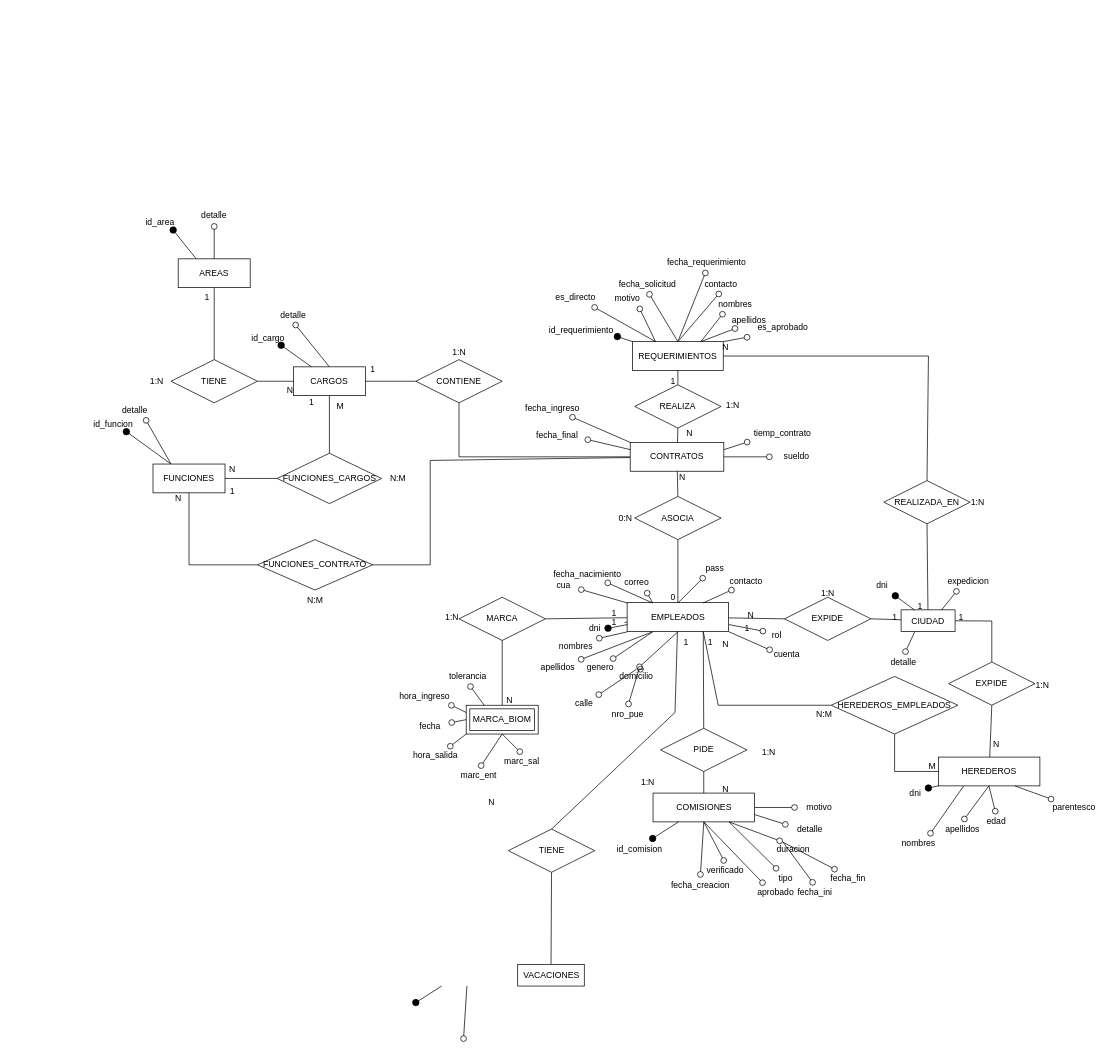
Earlier version of the draw.io diagram page "Página-2" (2 of 4) of Diagrama SRH.drawio (tomyivan/diagramas-DB). Source tidied: cells renumbered, new cells numbered last; positions are measured from the earlier drawing's top-left corner, leaving out a move shared by most shapes. Both pictures are drawn from the tidied source at 72%, with x=0, y=0 at pixel (88, 208).
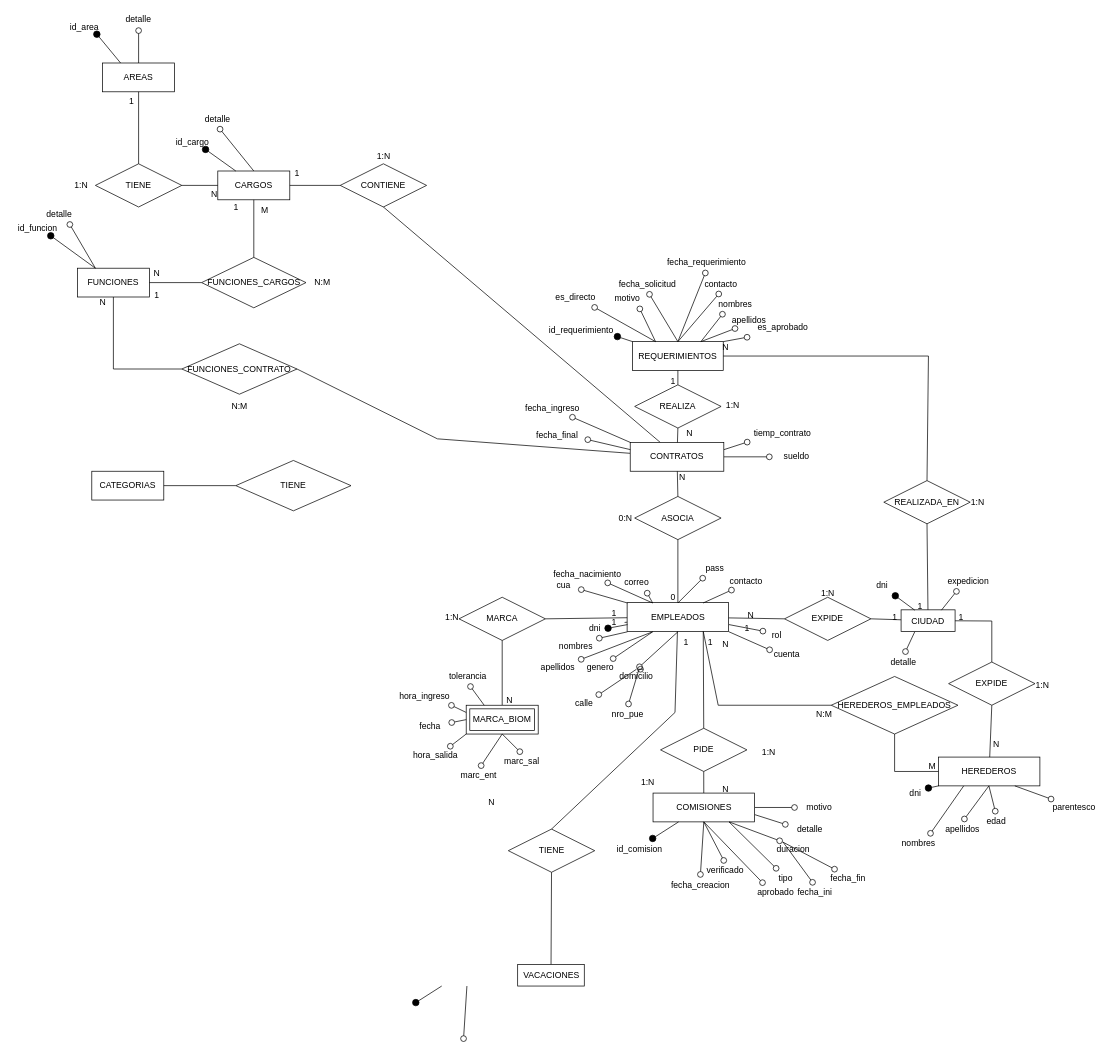
After the change.

Unchanged cells that the change refers to:
```xml
<mxCell id="181" value="CONTRATOS" style="whiteSpace=wrap;html=1;align=center;" parent="1" vertex="1">
  <mxGeometry x="752.8" y="325" width="130" height="40" as="geometry" />
</mxCell>
```

Diff of the diagram source:
```diff
@@
     <mxCell id="17" value="CARGOS" style="whiteSpace=wrap;html=1;align=center;" parent="1" vertex="1">
-      <mxGeometry x="285" y="220" width="100" height="40" as="geometry" />
+      <mxGeometry x="180" y="-52" width="100" height="40" as="geometry" />
     </mxCell>
     <mxCell id="18" value="FUNCIONES" style="whiteSpace=wrap;html=1;align=center;" parent="1" vertex="1">
-      <mxGeometry x="90" y="355" width="100" height="40" as="geometry" />
+      <mxGeometry x="-15" y="83" width="100" height="40" as="geometry" />
     </mxCell>
     <mxCell id="19" value="AREAS" style="whiteSpace=wrap;html=1;align=center;" parent="1" vertex="1">
-      <mxGeometry x="125" y="70" width="100" height="40" as="geometry" />
+      <mxGeometry x="20" y="-202" width="100" height="40" as="geometry" />
     </mxCell>
     <mxCell id="20" value="TIENE" style="shape=rhombus;perimeter=rhombusPerimeter;whiteSpace=wrap;html=1;align=center;" parent="1" vertex="1">
-      <mxGeometry x="115" y="210" width="120" height="60" as="geometry" />
+      <mxGeometry x="10" y="-62" width="120" height="60" as="geometry" />
     </mxCell>
@@
     <mxCell id="23" value="1" style="text;html=1;align=center;verticalAlign=middle;strokeColor=none;fillColor=none;" parent="1" vertex="1">
-      <mxGeometry x="150" y="108" width="30" height="30" as="geometry" />
+      <mxGeometry x="45" y="-164" width="30" height="30" as="geometry" />
     </mxCell>
     <mxCell id="24" value="N" style="text;html=1;align=center;verticalAlign=middle;strokeColor=none;fillColor=none;" parent="1" vertex="1">
-      <mxGeometry x="265" y="238" width="30" height="30" as="geometry" />
+      <mxGeometry x="160" y="-34" width="30" height="30" as="geometry" />
     </mxCell>
     <mxCell id="25" value="1:N" style="text;html=1;align=center;verticalAlign=middle;strokeColor=none;fillColor=none;" parent="1" vertex="1">
-      <mxGeometry x="75" y="225" width="40" height="30" as="geometry" />
+      <mxGeometry x="-30" y="-47" width="40" height="30" as="geometry" />
     </mxCell>
     <mxCell id="26" value="id_area" style="whiteSpace=wrap;html=1;align=center;strokeColor=none;fillColor=none;" parent="1" vertex="1">
-      <mxGeometry x="65" y="10" width="70" height="20" as="geometry" />
+      <mxGeometry x="-40" y="-262" width="70" height="20" as="geometry" />
     </mxCell>
@@
     <mxCell id="28" value="detalle" style="whiteSpace=wrap;html=1;align=center;strokeColor=none;fillColor=none;" parent="1" vertex="1">
-      <mxGeometry x="150" width="50" height="20" as="geometry" />
+      <mxGeometry x="45" y="-272" width="50" height="20" as="geometry" />
     </mxCell>
@@
     <mxCell id="32" value="id_cargo" style="whiteSpace=wrap;html=1;align=center;strokeColor=none;fillColor=none;" parent="1" vertex="1">
-      <mxGeometry x="215" y="170" width="70" height="20" as="geometry" />
+      <mxGeometry x="110" y="-102" width="70" height="20" as="geometry" />
     </mxCell>
     <mxCell id="33" value="detalle" style="whiteSpace=wrap;html=1;align=center;strokeColor=none;fillColor=none;" parent="1" vertex="1">
-      <mxGeometry x="260" y="138" width="50" height="20" as="geometry" />
+      <mxGeometry x="155" y="-134" width="50" height="20" as="geometry" />
     </mxCell>
     <mxCell id="34" value="FUNCIONES_CARGOS" style="shape=rhombus;perimeter=rhombusPerimeter;whiteSpace=wrap;html=1;align=center;" parent="1" vertex="1">
-      <mxGeometry x="262.5" y="340" width="145" height="70" as="geometry" />
+      <mxGeometry x="157.5" y="68" width="145" height="70" as="geometry" />
     </mxCell>
@@
     <mxCell id="37" value="detalle" style="whiteSpace=wrap;html=1;align=center;strokeColor=none;fillColor=none;" parent="1" vertex="1">
-      <mxGeometry x="40" y="270" width="50" height="20" as="geometry" />
+      <mxGeometry x="-65" y="-2" width="50" height="20" as="geometry" />
     </mxCell>
     <mxCell id="38" value="id_funcion" style="whiteSpace=wrap;html=1;align=center;strokeColor=none;fillColor=none;" parent="1" vertex="1">
-      <mxGeometry y="290" width="70" height="20" as="geometry" />
+      <mxGeometry x="-105" y="18" width="70" height="20" as="geometry" />
     </mxCell>
@@
     <mxCell id="41" value="N" style="text;html=1;align=center;verticalAlign=middle;strokeColor=none;fillColor=none;" parent="1" vertex="1">
-      <mxGeometry x="185" y="348" width="30" height="30" as="geometry" />
+      <mxGeometry x="80" y="76" width="30" height="30" as="geometry" />
     </mxCell>
     <mxCell id="42" value="1" style="text;html=1;align=center;verticalAlign=middle;strokeColor=none;fillColor=none;" parent="1" vertex="1">
-      <mxGeometry x="295" y="255" width="30" height="30" as="geometry" />
+      <mxGeometry x="190" y="-17" width="30" height="30" as="geometry" />
     </mxCell>
     <mxCell id="43" value="1" style="text;html=1;align=center;verticalAlign=middle;strokeColor=none;fillColor=none;" parent="1" vertex="1">
-      <mxGeometry x="185" y="378" width="30" height="30" as="geometry" />
+      <mxGeometry x="80" y="106" width="30" height="30" as="geometry" />
     </mxCell>
     <mxCell id="44" value="M" style="text;html=1;align=center;verticalAlign=middle;strokeColor=none;fillColor=none;" parent="1" vertex="1">
-      <mxGeometry x="335" y="260" width="30" height="30" as="geometry" />
+      <mxGeometry x="230" y="-12" width="30" height="30" as="geometry" />
     </mxCell>
     <mxCell id="45" value="N:M" style="text;html=1;align=center;verticalAlign=middle;strokeColor=none;fillColor=none;" parent="1" vertex="1">
-      <mxGeometry x="405" y="360" width="50" height="30" as="geometry" />
+      <mxGeometry x="300" y="88" width="50" height="30" as="geometry" />
     </mxCell>
     <mxCell id="46" value="CONTIENE" style="shape=rhombus;perimeter=rhombusPerimeter;whiteSpace=wrap;html=1;align=center;" parent="1" vertex="1">
-      <mxGeometry x="455" y="210" width="120" height="60" as="geometry" />
+      <mxGeometry x="350" y="-62" width="120" height="60" as="geometry" />
     </mxCell>
@@
-    <mxCell id="48" style="endArrow=none;html=1;rounded=0;exitX=0.5;exitY=1;exitDx=0;exitDy=0;" parent="1" edge="1" source="46" target="181">
+    <mxCell id="48" style="endArrow=none;html=1;rounded=0;exitX=0.5;exitY=1;exitDx=0;exitDy=0;" parent="1" edge="1" source="46">
       <mxGeometry relative="1" as="geometry">
-        <Array as="points">
-          <mxPoint x="515" y="345" />
-        </Array>
+        <mxPoint x="794.6" y="325" as="targetPoint" />
       </mxGeometry>
     </mxCell>
     <mxCell id="49" value="1" style="text;html=1;align=center;verticalAlign=middle;strokeColor=none;fillColor=none;" parent="1" vertex="1">
-      <mxGeometry x="380" y="208" width="30" height="30" as="geometry" />
+      <mxGeometry x="275" y="-64" width="30" height="30" as="geometry" />
     </mxCell>
     <mxCell id="50" value="1:N" style="text;html=1;align=center;verticalAlign=middle;strokeColor=none;fillColor=none;" parent="1" vertex="1">
-      <mxGeometry x="495" y="185" width="40" height="30" as="geometry" />
+      <mxGeometry x="390" y="-87" width="40" height="30" as="geometry" />
     </mxCell>
     <mxCell id="51" value="FUNCIONES_CONTRATO" style="shape=rhombus;perimeter=rhombusPerimeter;whiteSpace=wrap;html=1;align=center;" parent="1" vertex="1">
-      <mxGeometry x="235" y="460" width="160" height="70" as="geometry" />
+      <mxGeometry x="130" y="188" width="160" height="70" as="geometry" />
     </mxCell>
     <mxCell id="52" style="endArrow=none;html=1;rounded=0;entryX=0;entryY=0.5;entryDx=0;entryDy=0;" parent="1" edge="1" source="18" target="51">
       <mxGeometry relative="1" as="geometry">
         <Array as="points">
-          <mxPoint x="140" y="495" />
+          <mxPoint x="35" y="223" />
         </Array>
       </mxGeometry>
     </mxCell>
     <mxCell id="53" style="endArrow=none;html=1;rounded=0;exitX=1;exitY=0.5;exitDx=0;exitDy=0;" parent="1" edge="1" source="51" target="181">
       <mxGeometry relative="1" as="geometry">
         <Array as="points">
-          <mxPoint x="475" y="495" />
-          <mxPoint x="475" y="350" />
+          <mxPoint x="485" y="320" />
         </Array>
       </mxGeometry>
     </mxCell>
     <mxCell id="54" value="N" style="text;html=1;align=center;verticalAlign=middle;strokeColor=none;fillColor=none;" parent="1" vertex="1">
-      <mxGeometry x="110" y="388" width="30" height="30" as="geometry" />
+      <mxGeometry x="5" y="116" width="30" height="30" as="geometry" />
     </mxCell>
     <mxCell id="55" value="N:M" style="text;html=1;align=center;verticalAlign=middle;strokeColor=none;fillColor=none;" parent="1" vertex="1">
-      <mxGeometry x="290" y="530" width="50" height="30" as="geometry" />
+      <mxGeometry x="185" y="260" width="50" height="30" as="geometry" />
     </mxCell>
@@
+    <mxCell id="211" value="CATEGORIAS" style="whiteSpace=wrap;html=1;align=center;" parent="1" vertex="1">
+      <mxGeometry x="5" y="365" width="100" height="40" as="geometry" />
+    </mxCell>
+    <mxCell id="212" value="TIENE" style="shape=rhombus;perimeter=rhombusPerimeter;whiteSpace=wrap;html=1;align=center;" parent="1" vertex="1">
+      <mxGeometry x="205" y="350" width="160" height="70" as="geometry" />
+    </mxCell>
+    <mxCell id="213" style="endArrow=none;html=1;rounded=0;entryX=0;entryY=0.5;entryDx=0;entryDy=0;" parent="1" edge="1" source="211" target="212">
+      <mxGeometry relative="1" as="geometry" />
+    </mxCell>
```
